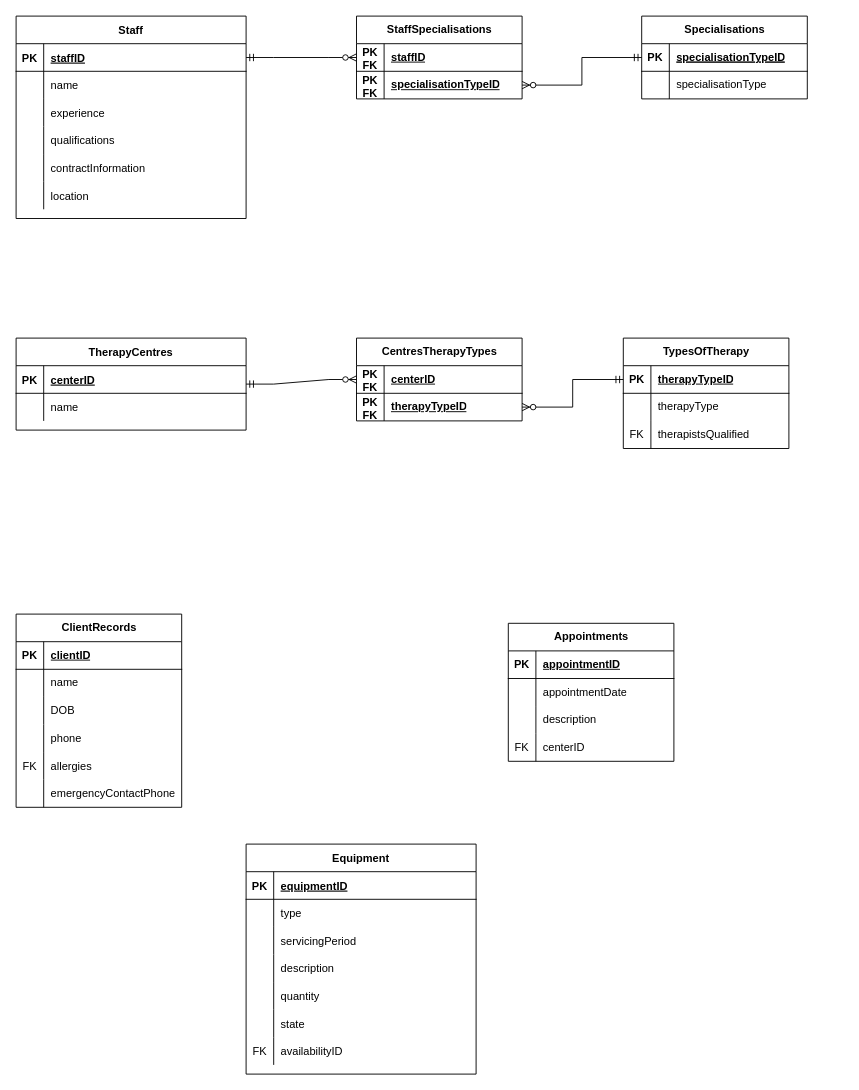
Above: Assignment3A.drawio in GreenFella/databaseclass (draw.io), before the change. Source tidied: cells renumbered, new cells numbered last; positions are measured from the earlier drawing's top-left corner, leaving out a move shared by most shapes. Both pictures are drawn from the tidied source at 92%, with x=0, y=0 at pixel (16, 16).
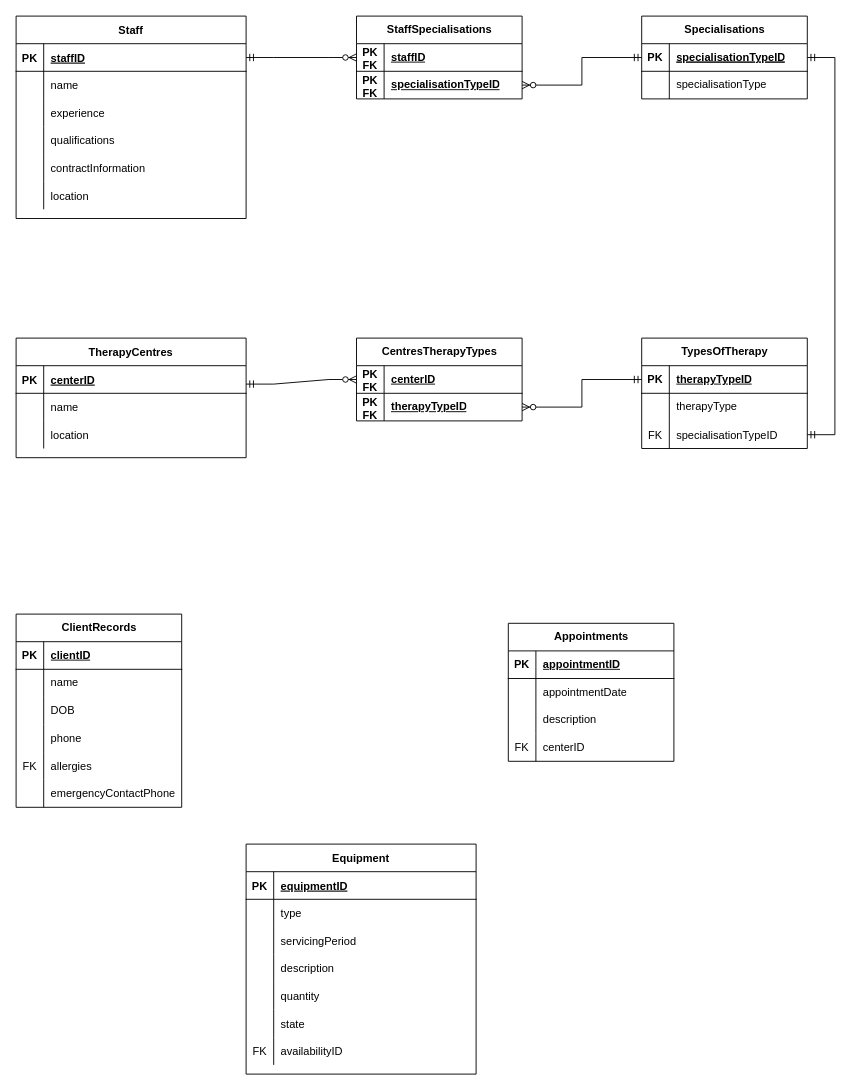
The same diagram, later.

The change refers to these unchanged cells:
```xml
<mxCell id="57" style="shape=tableRow;horizontal=0;startSize=0;swimlaneHead=0;swimlaneBody=0;fillColor=none;points=[[0,0.5],[1,0.5]];portConstraint=eastwest;top=0;left=0;right=0;bottom=0;" parent="50" vertex="1">
  <mxGeometry y="90" width="180" height="30" as="geometry" />
</mxCell>
<mxCell id="110" style="shape=tableRow;horizontal=0;startSize=0;swimlaneHead=0;swimlaneBody=0;fillColor=none;points=[[0,0.5],[1,0.5]];portConstraint=eastwest;top=0;left=0;right=0;bottom=1;" parent="109" vertex="1">
  <mxGeometry y="30" width="180" height="30" as="geometry" />
</mxCell>
```

Change to the diagram source:
```diff
@@
     <mxCell id="2" value="TherapyCentres" style="shape=table;startSize=30;childLayout=tableLayout;rowLines=0;fontStyle=1;align=center;" parent="1" vertex="1">
-      <mxGeometry y="350" width="250" height="100" as="geometry" />
+      <mxGeometry y="350" width="250" height="130" as="geometry" />
     </mxCell>
@@
+    <mxCell id="117" style="shape=tableRow;horizontal=0;startSize=0;swimlaneHead=0;swimlaneBody=0;fillColor=none;top=0;left=0;right=0;bottom=0;" parent="2" vertex="1">
+      <mxGeometry y="90" width="250" height="30" as="geometry" />
+    </mxCell>
+    <mxCell id="118" style="shape=partialRectangle;fillColor=none;top=0;left=0;bottom=0;right=0;overflow=hidden;" parent="117" vertex="1">
+      <mxGeometry width="30" height="30" as="geometry" />
+    </mxCell>
+    <mxCell id="119" value="location" style="shape=partialRectangle;fillColor=none;top=0;left=0;bottom=0;right=0;align=left;spacingLeft=6;overflow=hidden;" parent="117" vertex="1">
+      <mxGeometry x="30" width="220" height="30" as="geometry" />
+    </mxCell>
@@
     <mxCell id="50" value="TypesOfTherapy" style="shape=table;startSize=30;childLayout=tableLayout;rowLines=0;fontStyle=1;align=center;html=1;" parent="1" vertex="1">
-      <mxGeometry x="660" y="350" width="180" height="120" as="geometry" />
+      <mxGeometry x="680" y="350" width="180" height="120" as="geometry" />
     </mxCell>
@@
-    <mxCell id="58" value="FK" style="shape=partialRectangle;fillColor=none;top=0;left=0;bottom=0;right=0;overflow=hidden;whiteSpace=wrap;html=1;" parent="57" vertex="1">
+    <mxCell id="58" value="FK" style="shape=partialRectangle;fillColor=none;top=0;left=0;bottom=0;right=0;overflow=hidden;" parent="57" vertex="1">
       <mxGeometry width="30" height="30" as="geometry" />
     </mxCell>
-    <mxCell id="59" value="therapistsQualified" style="shape=partialRectangle;fillColor=none;top=0;left=0;bottom=0;right=0;align=left;spacingLeft=6;overflow=hidden;whiteSpace=wrap;html=1;" parent="57" vertex="1">
-      <mxGeometry x="30" width="150" height="30" as="geometry" />
-    </mxCell>
+    <mxCell id="120" value="specialisationTypeID" style="shape=partialRectangle;fillColor=none;top=0;left=0;bottom=0;right=0;align=left;spacingLeft=6;overflow=hidden;" parent="57" vertex="1">
+      <mxGeometry x="30" width="150" height="30" as="geometry" />
+    </mxCell>
@@
+    <mxCell id="121" style="edgeStyle=orthogonalEdgeStyle;fontSize=12;html=1;endArrow=ERmandOne;startArrow=ERmandOne;rounded=0;exitX=1;exitY=0.5;exitDx=0;exitDy=0;" parent="1" edge="1" source="57" target="110">
+      <mxGeometry relative="1" as="geometry">
+        <Array as="points">
+          <mxPoint x="890" y="455" />
+          <mxPoint x="890" y="45" />
+        </Array>
+      </mxGeometry>
+    </mxCell>
```
